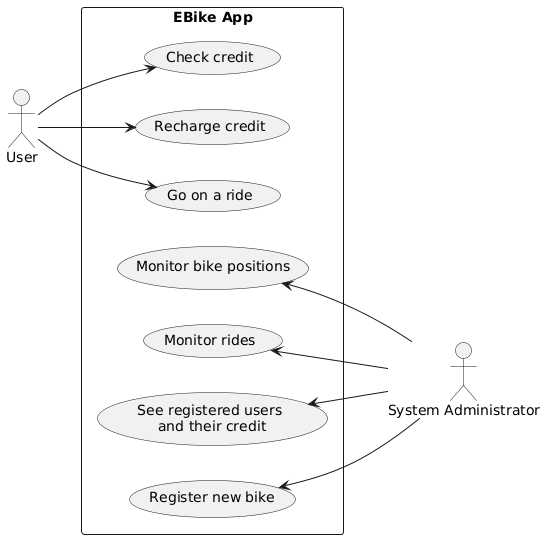
The PlantUML diagram doc/diagrams/use-cases.png in Ventus218/SAP-assignment-03, before a commit.
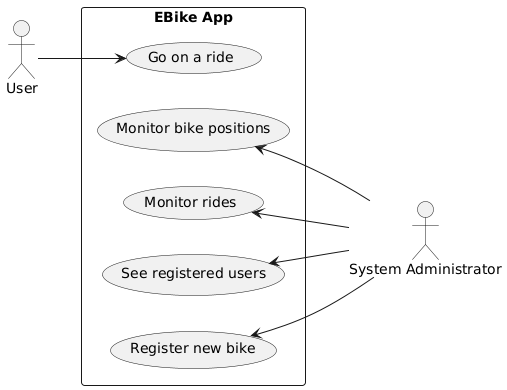
Above is the later version.

Commit message:
Automatically generated PlantUML diagrams

The edit, as a diff of the source:
```diff
@@ -7,12 +7,10 @@
 
 rectangle "EBike App" {
     User --> (Go on a ride)
-    User --> (Recharge credit)
-    User --> (Check credit)
 
     Admin -u-> (Monitor bike positions)
     Admin -u-> (Monitor rides)
-    Admin -u-> (See registered users\n and their credit)
+    Admin -u-> (See registered users)
     Admin -u-> (Register new bike)
 }
 
```
